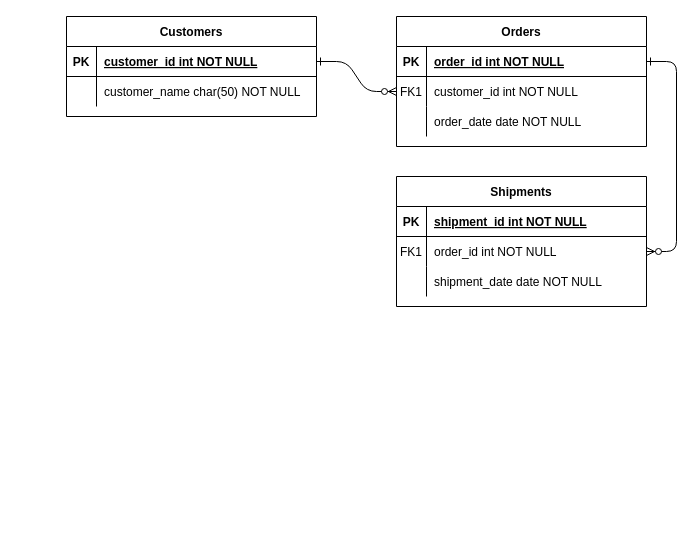
Earlier version of the draw.io diagram Diagramme sans nom.drawio (xSpaKs/autableau_api). Source tidied: cells renumbered, new cells numbered last; positions are measured from the earlier drawing's top-left corner, leaving out a move shared by most shapes. Both pictures are drawn from the tidied source at 100%, with x=0, y=0 at pixel (66, 16).
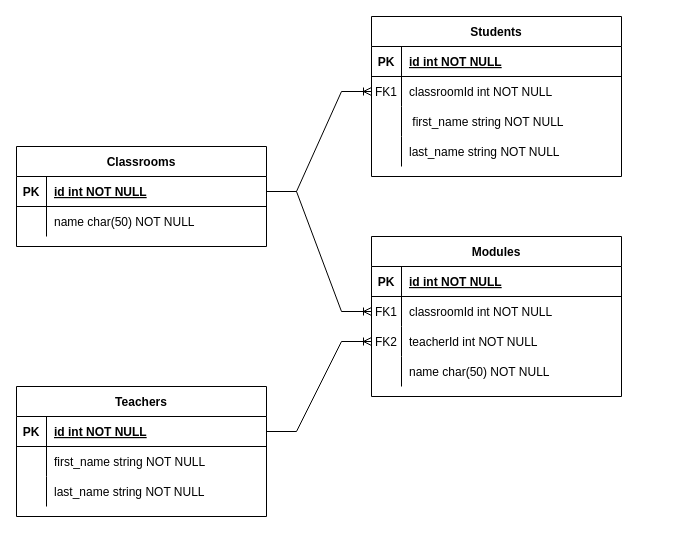
After the change.

Commit message:
Mettre à jour Diagramme sans nom.drawio

Unchanged cells that the change refers to:
```xml
<mxCell id="5" style="shape=partialRectangle;fillColor=none;points=[[0,0.5],[1,0.5]];portConstraint=eastwest;top=0;left=0;right=0;bottom=1;" parent="4" vertex="1">
  <mxGeometry y="30" width="250" height="30" as="geometry" />
</mxCell>
<mxCell id="8" style="shape=partialRectangle;fillColor=none;points=[[0,0.5],[1,0.5]];portConstraint=eastwest;top=0;left=0;right=0;bottom=0;" parent="4" vertex="1">
  <mxGeometry y="60" width="250" height="30" as="geometry" />
</mxCell>
<mxCell id="11" style="shape=partialRectangle;fillColor=none;top=0;left=0;right=0;bottom=0;" parent="4" vertex="1">
  <mxGeometry y="90" width="250" height="30" as="geometry" />
</mxCell>
<mxCell id="25" style="shape=partialRectangle;fillColor=none;points=[[0,0.5],[1,0.5]];portConstraint=eastwest;top=0;left=0;right=0;bottom=1;" parent="24" vertex="1">
  <mxGeometry y="30" width="250" height="30" as="geometry" />
</mxCell>
<mxCell id="28" style="shape=partialRectangle;fillColor=none;top=0;left=0;right=0;bottom=0;" parent="24" vertex="1">
  <mxGeometry y="60" width="250" height="30" as="geometry" />
</mxCell>
```

Change to the diagram source:
```diff
@@
-    <mxCell id="2" style="edgeStyle=entityRelationEdgeStyle;endArrow=ERzeroToMany;startArrow=ERone;endFill=1;startFill=0;" parent="1" edge="1" source="25" target="8">
-      <mxGeometry relative="1" as="geometry" />
-    </mxCell>
-    <mxCell id="3" style="edgeStyle=entityRelationEdgeStyle;endArrow=ERzeroToMany;startArrow=ERone;endFill=1;startFill=0;" parent="1" edge="1" source="5" target="18">
-      <mxGeometry relative="1" as="geometry" />
-    </mxCell>
-    <mxCell id="4" value="Orders" style="shape=table;startSize=30;childLayout=tableLayout;rowLines=0;fontStyle=1;align=center;" parent="1" vertex="1">
-      <mxGeometry x="330" width="250" height="130" as="geometry" />
+    <mxCell id="4" value="Students" style="shape=table;startSize=30;childLayout=tableLayout;rowLines=0;fontStyle=1;align=center;" parent="1" vertex="1">
+      <mxGeometry x="305" width="250" height="160" as="geometry" />
     </mxCell>
@@
-    <mxCell id="7" value="order_id int NOT NULL " style="shape=partialRectangle;overflow=hidden;fillColor=none;top=0;left=0;bottom=0;right=0;align=left;spacingLeft=6;fontStyle=5;" parent="5" vertex="1">
+    <mxCell id="7" value="id int NOT NULL " style="shape=partialRectangle;overflow=hidden;fillColor=none;top=0;left=0;bottom=0;right=0;align=left;spacingLeft=6;fontStyle=5;" parent="5" vertex="1">
       <mxGeometry x="30" width="220" height="30" as="geometry" />
     </mxCell>
@@
-    <mxCell id="10" value="customer_id int NOT NULL" style="shape=partialRectangle;overflow=hidden;fillColor=none;top=0;left=0;bottom=0;right=0;align=left;spacingLeft=6;" parent="8" vertex="1">
+    <mxCell id="10" value="classroomId int NOT NULL" style="shape=partialRectangle;overflow=hidden;fillColor=none;top=0;left=0;bottom=0;right=0;align=left;spacingLeft=6;" parent="8" vertex="1">
       <mxGeometry x="30" width="220" height="30" as="geometry" />
     </mxCell>
@@
-    <mxCell id="13" value="order_date date NOT NULL" style="shape=partialRectangle;overflow=hidden;fillColor=none;top=0;left=0;bottom=0;right=0;align=left;spacingLeft=6;" parent="11" vertex="1">
+    <mxCell id="13" value=" first_name string NOT NULL" style="shape=partialRectangle;overflow=hidden;fillColor=none;top=0;left=0;bottom=0;right=0;align=left;spacingLeft=6;" parent="11" vertex="1">
       <mxGeometry x="30" width="220" height="30" as="geometry" />
     </mxCell>
-    <mxCell id="14" value="Shipments" style="shape=table;startSize=30;childLayout=tableLayout;rowLines=0;fontStyle=1;align=center;" parent="1" vertex="1">
-      <mxGeometry x="330" y="160" width="250" height="130" as="geometry" />
-    </mxCell>
-    <mxCell id="15" style="shape=partialRectangle;fillColor=none;top=0;left=0;right=0;bottom=1;" parent="14" vertex="1">
-      <mxGeometry y="30" width="250" height="30" as="geometry" />
-    </mxCell>
-    <mxCell id="16" value="PK" style="shape=partialRectangle;overflow=hidden;fillColor=none;top=0;left=0;bottom=0;right=0;fontStyle=1;" parent="15" vertex="1">
-      <mxGeometry width="30" height="30" as="geometry" />
-    </mxCell>
-    <mxCell id="17" value="shipment_id int NOT NULL " style="shape=partialRectangle;overflow=hidden;fillColor=none;top=0;left=0;bottom=0;right=0;align=left;spacingLeft=6;fontStyle=5;" parent="15" vertex="1">
-      <mxGeometry x="30" width="220" height="30" as="geometry" />
-    </mxCell>
-    <mxCell id="18" style="shape=partialRectangle;fillColor=none;points=[[0,0.5],[1,0.5]];portConstraint=eastwest;top=0;left=0;right=0;bottom=0;" parent="14" vertex="1">
-      <mxGeometry y="60" width="250" height="30" as="geometry" />
-    </mxCell>
-    <mxCell id="19" value="FK1" style="shape=partialRectangle;overflow=hidden;fillColor=none;top=0;left=0;bottom=0;right=0;" parent="18" vertex="1">
-      <mxGeometry width="30" height="30" as="geometry" />
-    </mxCell>
-    <mxCell id="20" value="order_id int NOT NULL" style="shape=partialRectangle;overflow=hidden;fillColor=none;top=0;left=0;bottom=0;right=0;align=left;spacingLeft=6;" parent="18" vertex="1">
-      <mxGeometry x="30" width="220" height="30" as="geometry" />
-    </mxCell>
-    <mxCell id="21" style="shape=partialRectangle;fillColor=none;top=0;left=0;right=0;bottom=0;" parent="14" vertex="1">
-      <mxGeometry y="90" width="250" height="30" as="geometry" />
-    </mxCell>
-    <mxCell id="22" style="shape=partialRectangle;overflow=hidden;fillColor=none;top=0;left=0;bottom=0;right=0;" parent="21" vertex="1">
-      <mxGeometry width="30" height="30" as="geometry" />
-    </mxCell>
-    <mxCell id="23" value="shipment_date date NOT NULL" style="shape=partialRectangle;overflow=hidden;fillColor=none;top=0;left=0;bottom=0;right=0;align=left;spacingLeft=6;" parent="21" vertex="1">
-      <mxGeometry x="30" width="220" height="30" as="geometry" />
-    </mxCell>
+    <mxCell id="31" style="shape=partialRectangle;fillColor=none;top=0;left=0;right=0;bottom=0;" parent="4" vertex="1">
+      <mxGeometry y="120" width="250" height="30" as="geometry" />
+    </mxCell>
+    <mxCell id="32" style="shape=partialRectangle;overflow=hidden;fillColor=none;top=0;left=0;bottom=0;right=0;" parent="31" vertex="1">
+      <mxGeometry width="30" height="30" as="geometry" />
+    </mxCell>
+    <mxCell id="33" value="last_name string NOT NULL" style="shape=partialRectangle;overflow=hidden;fillColor=none;top=0;left=0;bottom=0;right=0;align=left;spacingLeft=6;" parent="31" vertex="1">
+      <mxGeometry x="30" width="220" height="30" as="geometry" />
+    </mxCell>
-    <mxCell id="24" value="Customers" style="shape=table;startSize=30;childLayout=tableLayout;rowLines=0;fontStyle=1;align=center;" parent="1" vertex="1">
-      <mxGeometry width="250" height="100" as="geometry" />
+    <mxCell id="24" value="Classrooms" style="shape=table;startSize=30;childLayout=tableLayout;rowLines=0;fontStyle=1;align=center;" parent="1" vertex="1">
+      <mxGeometry x="-50" y="130" width="250" height="100" as="geometry" />
     </mxCell>
@@
-    <mxCell id="27" value="customer_id int NOT NULL " style="shape=partialRectangle;overflow=hidden;fillColor=none;top=0;left=0;bottom=0;right=0;align=left;spacingLeft=6;fontStyle=5;" parent="25" vertex="1">
+    <mxCell id="27" value="id int NOT NULL " style="shape=partialRectangle;overflow=hidden;fillColor=none;top=0;left=0;bottom=0;right=0;align=left;spacingLeft=6;fontStyle=5;" parent="25" vertex="1">
       <mxGeometry x="30" width="220" height="30" as="geometry" />
     </mxCell>
@@
-    <mxCell id="30" value="customer_name char(50) NOT NULL" style="shape=partialRectangle;overflow=hidden;fillColor=none;top=0;left=0;bottom=0;right=0;align=left;spacingLeft=6;" parent="28" vertex="1">
+    <mxCell id="30" value="name char(50) NOT NULL" style="shape=partialRectangle;overflow=hidden;fillColor=none;top=0;left=0;bottom=0;right=0;align=left;spacingLeft=6;" parent="28" vertex="1">
       <mxGeometry x="30" width="220" height="30" as="geometry" />
     </mxCell>
+    <mxCell id="34" value="Teachers" style="shape=table;startSize=30;childLayout=tableLayout;rowLines=0;fontStyle=1;align=center;" parent="1" vertex="1">
+      <mxGeometry x="-50" y="370" width="250" height="130" as="geometry" />
+    </mxCell>
+    <mxCell id="35" style="shape=partialRectangle;fillColor=none;points=[[0,0.5],[1,0.5]];portConstraint=eastwest;top=0;left=0;right=0;bottom=1;" parent="34" vertex="1">
+      <mxGeometry y="30" width="250" height="30" as="geometry" />
+    </mxCell>
+    <mxCell id="36" value="PK" style="shape=partialRectangle;overflow=hidden;fillColor=none;top=0;left=0;bottom=0;right=0;fontStyle=1;" parent="35" vertex="1">
+      <mxGeometry width="30" height="30" as="geometry" />
+    </mxCell>
+    <mxCell id="37" value="id int NOT NULL " style="shape=partialRectangle;overflow=hidden;fillColor=none;top=0;left=0;bottom=0;right=0;align=left;spacingLeft=6;fontStyle=5;" parent="35" vertex="1">
+      <mxGeometry x="30" width="220" height="30" as="geometry" />
+    </mxCell>
+    <mxCell id="38" style="shape=partialRectangle;fillColor=none;top=0;left=0;right=0;bottom=0;" parent="34" vertex="1">
+      <mxGeometry y="60" width="250" height="30" as="geometry" />
+    </mxCell>
+    <mxCell id="39" style="shape=partialRectangle;overflow=hidden;fillColor=none;top=0;left=0;bottom=0;right=0;" parent="38" vertex="1">
+      <mxGeometry width="30" height="30" as="geometry" />
+    </mxCell>
+    <mxCell id="40" value="first_name string NOT NULL" style="shape=partialRectangle;overflow=hidden;fillColor=none;top=0;left=0;bottom=0;right=0;align=left;spacingLeft=6;" parent="38" vertex="1">
+      <mxGeometry x="30" width="220" height="30" as="geometry" />
+    </mxCell>
+    <mxCell id="41" style="shape=partialRectangle;fillColor=none;top=0;left=0;right=0;bottom=0;" parent="34" vertex="1">
+      <mxGeometry y="90" width="250" height="30" as="geometry" />
+    </mxCell>
+    <mxCell id="42" style="shape=partialRectangle;overflow=hidden;fillColor=none;top=0;left=0;bottom=0;right=0;" parent="41" vertex="1">
+      <mxGeometry width="30" height="30" as="geometry" />
+    </mxCell>
+    <mxCell id="43" value="last_name string NOT NULL" style="shape=partialRectangle;overflow=hidden;fillColor=none;top=0;left=0;bottom=0;right=0;align=left;spacingLeft=6;" parent="41" vertex="1">
+      <mxGeometry x="30" width="220" height="30" as="geometry" />
+    </mxCell>
+    <mxCell id="44" value="Modules" style="shape=table;startSize=30;childLayout=tableLayout;rowLines=0;fontStyle=1;align=center;" parent="1" vertex="1">
+      <mxGeometry x="305" y="220" width="250" height="160" as="geometry" />
+    </mxCell>
+    <mxCell id="45" style="shape=partialRectangle;fillColor=none;top=0;left=0;right=0;bottom=1;" parent="44" vertex="1">
+      <mxGeometry y="30" width="250" height="30" as="geometry" />
+    </mxCell>
+    <mxCell id="46" value="PK" style="shape=partialRectangle;overflow=hidden;fillColor=none;top=0;left=0;bottom=0;right=0;fontStyle=1;" parent="45" vertex="1">
+      <mxGeometry width="30" height="30" as="geometry" />
+    </mxCell>
+    <mxCell id="47" value="id int NOT NULL " style="shape=partialRectangle;overflow=hidden;fillColor=none;top=0;left=0;bottom=0;right=0;align=left;spacingLeft=6;fontStyle=5;" parent="45" vertex="1">
+      <mxGeometry x="30" width="220" height="30" as="geometry" />
+    </mxCell>
+    <mxCell id="48" style="shape=partialRectangle;fillColor=none;points=[[0,0.5],[1,0.5]];portConstraint=eastwest;top=0;left=0;right=0;bottom=0;" parent="44" vertex="1">
+      <mxGeometry y="60" width="250" height="30" as="geometry" />
+    </mxCell>
+    <mxCell id="19" value="FK1" style="shape=partialRectangle;overflow=hidden;fillColor=none;top=0;left=0;bottom=0;right=0;" parent="48" vertex="1">
+      <mxGeometry width="30" height="30" as="geometry" />
+    </mxCell>
+    <mxCell id="49" value="classroomId int NOT NULL" style="shape=partialRectangle;overflow=hidden;fillColor=none;top=0;left=0;bottom=0;right=0;align=left;spacingLeft=6;" parent="48" vertex="1">
+      <mxGeometry x="30" width="220" height="30" as="geometry" />
+    </mxCell>
+    <mxCell id="50" style="shape=partialRectangle;fillColor=none;points=[[0,0.5],[1,0.5]];portConstraint=eastwest;top=0;left=0;right=0;bottom=0;" parent="44" vertex="1">
+      <mxGeometry y="90" width="250" height="30" as="geometry" />
+    </mxCell>
+    <mxCell id="51" value="FK2" style="shape=partialRectangle;overflow=hidden;fillColor=none;top=0;left=0;bottom=0;right=0;" parent="50" vertex="1">
+      <mxGeometry width="30" height="30" as="geometry" />
+    </mxCell>
+    <mxCell id="52" value="teacherId int NOT NULL" style="shape=partialRectangle;overflow=hidden;fillColor=none;top=0;left=0;bottom=0;right=0;align=left;spacingLeft=6;" parent="50" vertex="1">
+      <mxGeometry x="30" width="220" height="30" as="geometry" />
+    </mxCell>
+    <mxCell id="53" style="shape=partialRectangle;fillColor=none;top=0;left=0;right=0;bottom=0;" parent="44" vertex="1">
+      <mxGeometry y="120" width="250" height="30" as="geometry" />
+    </mxCell>
+    <mxCell id="54" style="shape=partialRectangle;overflow=hidden;fillColor=none;top=0;left=0;bottom=0;right=0;" parent="53" vertex="1">
+      <mxGeometry width="30" height="30" as="geometry" />
+    </mxCell>
+    <mxCell id="55" value="name char(50) NOT NULL" style="shape=partialRectangle;overflow=hidden;fillColor=none;top=0;left=0;bottom=0;right=0;align=left;spacingLeft=6;" parent="53" vertex="1">
+      <mxGeometry x="30" width="220" height="30" as="geometry" />
+    </mxCell>
+    <mxCell id="2" style="edgeStyle=entityRelationEdgeStyle;fontSize=12;html=1;endArrow=ERoneToMany;rounded=0;exitX=1;exitY=0.5;exitDx=0;exitDy=0;entryX=0;entryY=0.5;entryDx=0;entryDy=0;" parent="1" edge="1" source="25" target="8">
+      <mxGeometry relative="1" as="geometry" />
+    </mxCell>
+    <mxCell id="56" style="edgeStyle=entityRelationEdgeStyle;fontSize=12;html=1;endArrow=ERoneToMany;rounded=0;exitX=1;exitY=0.5;exitDx=0;exitDy=0;entryX=0;entryY=0.5;entryDx=0;entryDy=0;" parent="1" edge="1" source="25" target="48">
+      <mxGeometry relative="1" as="geometry" />
+    </mxCell>
+    <mxCell id="57" style="edgeStyle=entityRelationEdgeStyle;fontSize=12;html=1;endArrow=ERoneToMany;rounded=0;exitX=1;exitY=0.5;exitDx=0;exitDy=0;entryX=0;entryY=0.5;entryDx=0;entryDy=0;" parent="1" edge="1" source="35" target="50">
+      <mxGeometry relative="1" as="geometry">
+        <Array as="points">
+          <mxPoint x="270" y="380" />
+        </Array>
+      </mxGeometry>
+    </mxCell>
```
